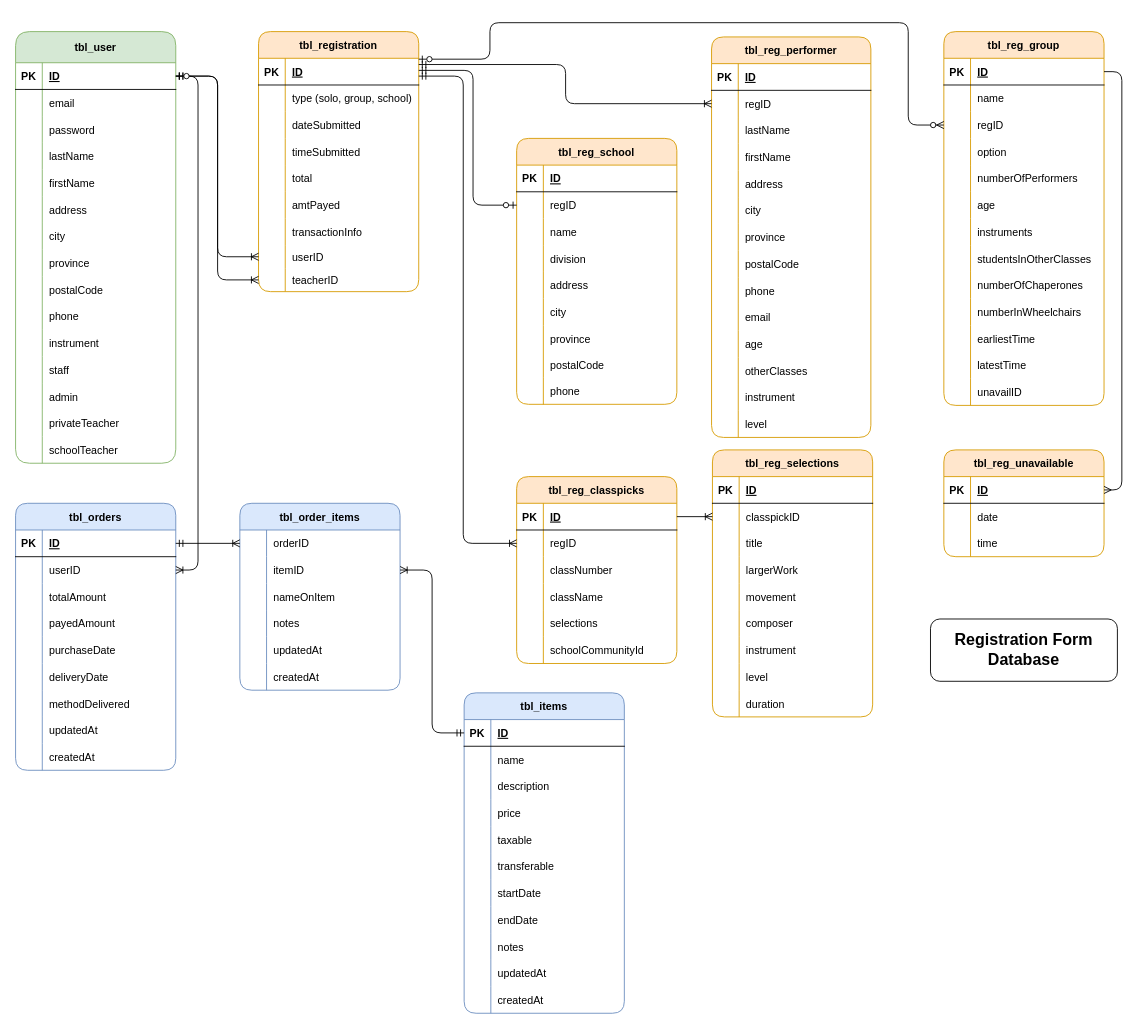
This is page "Page-1" (1 of 3) of class_registration.drawio from davesawatzky/wmf-nest, a draw.io file, before an edit. Source tidied: cells renumbered, new cells numbered last; positions are measured from the earlier drawing's top-left corner, leaving out a move shared by most shapes. Both pictures are drawn from the tidied source at 89%, with x=0, y=0 at pixel (15, 22).
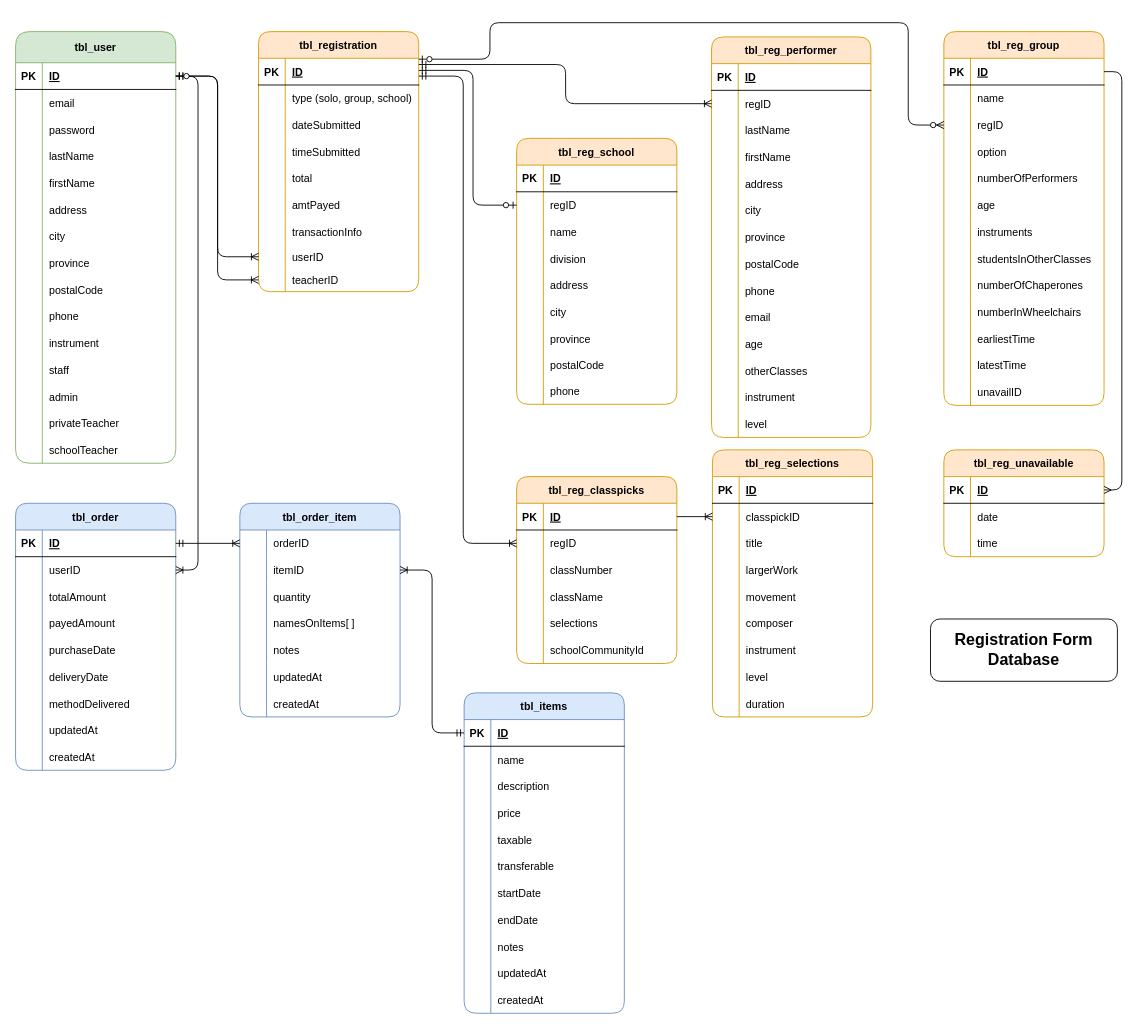
The same diagram, later.

The edit, as a diff of the source:
```diff
@@
-    <mxCell id="253" value="tbl_orders" style="shape=table;startSize=30;childLayout=tableLayout;rowLines=0;fontStyle=1;align=center;fillColor=#dae8fc;strokeColor=#6c8ebf;rounded=1;" parent="1" vertex="1">
+    <mxCell id="253" value="tbl_order" style="shape=table;startSize=30;childLayout=tableLayout;rowLines=0;fontStyle=1;align=center;fillColor=#dae8fc;strokeColor=#6c8ebf;rounded=1;" parent="1" vertex="1">
       <mxGeometry y="540" width="180" height="300" as="geometry" />
     </mxCell>
@@
-    <mxCell id="282" value="tbl_order_items" style="shape=table;startSize=30;childLayout=tableLayout;rowLines=0;fontStyle=1;align=center;fillColor=#dae8fc;strokeColor=#6c8ebf;rounded=1;" parent="1" vertex="1">
-      <mxGeometry x="252" y="540" width="180" height="210" as="geometry" />
+    <mxCell id="282" value="tbl_order_item" style="shape=table;startSize=30;childLayout=tableLayout;rowLines=0;fontStyle=1;align=center;fillColor=#dae8fc;strokeColor=#6c8ebf;rounded=1;" parent="1" vertex="1">
+      <mxGeometry x="252" y="540" width="180" height="240" as="geometry" />
     </mxCell>
@@
+    <mxCell id="337" style="shape=tableRow;horizontal=0;startSize=0;swimlaneHead=0;swimlaneBody=0;fillColor=none;top=0;left=0;right=0;bottom=0;" parent="282" vertex="1">
+      <mxGeometry y="90" width="180" height="30" as="geometry" />
+    </mxCell>
+    <mxCell id="338" style="shape=partialRectangle;fillColor=none;top=0;left=0;bottom=0;right=0;overflow=hidden;" parent="337" vertex="1">
+      <mxGeometry width="30" height="30" as="geometry" />
+    </mxCell>
+    <mxCell id="339" value="quantity" style="shape=partialRectangle;fillColor=none;top=0;left=0;bottom=0;right=0;align=left;spacingLeft=6;overflow=hidden;" parent="337" vertex="1">
+      <mxGeometry x="30" width="150" height="30" as="geometry" />
+    </mxCell>
     <mxCell id="289" style="shape=tableRow;horizontal=0;startSize=0;swimlaneHead=0;swimlaneBody=0;fillColor=none;top=0;left=0;right=0;bottom=0;" parent="282" vertex="1">
-      <mxGeometry y="90" width="180" height="30" as="geometry" />
+      <mxGeometry y="120" width="180" height="30" as="geometry" />
     </mxCell>
@@
-    <mxCell id="291" value="nameOnItem" style="shape=partialRectangle;fillColor=none;top=0;left=0;bottom=0;right=0;align=left;spacingLeft=6;overflow=hidden;" parent="289" vertex="1">
+    <mxCell id="291" value="namesOnItems[ ]" style="shape=partialRectangle;fillColor=none;top=0;left=0;bottom=0;right=0;align=left;spacingLeft=6;overflow=hidden;" parent="289" vertex="1">
       <mxGeometry x="30" width="150" height="30" as="geometry" />
     </mxCell>
     <mxCell id="292" style="shape=tableRow;horizontal=0;startSize=0;swimlaneHead=0;swimlaneBody=0;fillColor=none;top=0;left=0;right=0;bottom=0;" parent="282" vertex="1">
-      <mxGeometry y="120" width="180" height="30" as="geometry" />
+      <mxGeometry y="150" width="180" height="30" as="geometry" />
     </mxCell>
@@
     <mxCell id="295" style="shape=tableRow;horizontal=0;startSize=0;swimlaneHead=0;swimlaneBody=0;fillColor=none;top=0;left=0;right=0;bottom=0;" parent="282" vertex="1">
-      <mxGeometry y="150" width="180" height="30" as="geometry" />
+      <mxGeometry y="180" width="180" height="30" as="geometry" />
     </mxCell>
@@
     <mxCell id="298" style="shape=tableRow;horizontal=0;startSize=0;swimlaneHead=0;swimlaneBody=0;fillColor=none;top=0;left=0;right=0;bottom=0;" parent="282" vertex="1">
-      <mxGeometry y="180" width="180" height="30" as="geometry" />
+      <mxGeometry y="210" width="180" height="30" as="geometry" />
     </mxCell>
```
